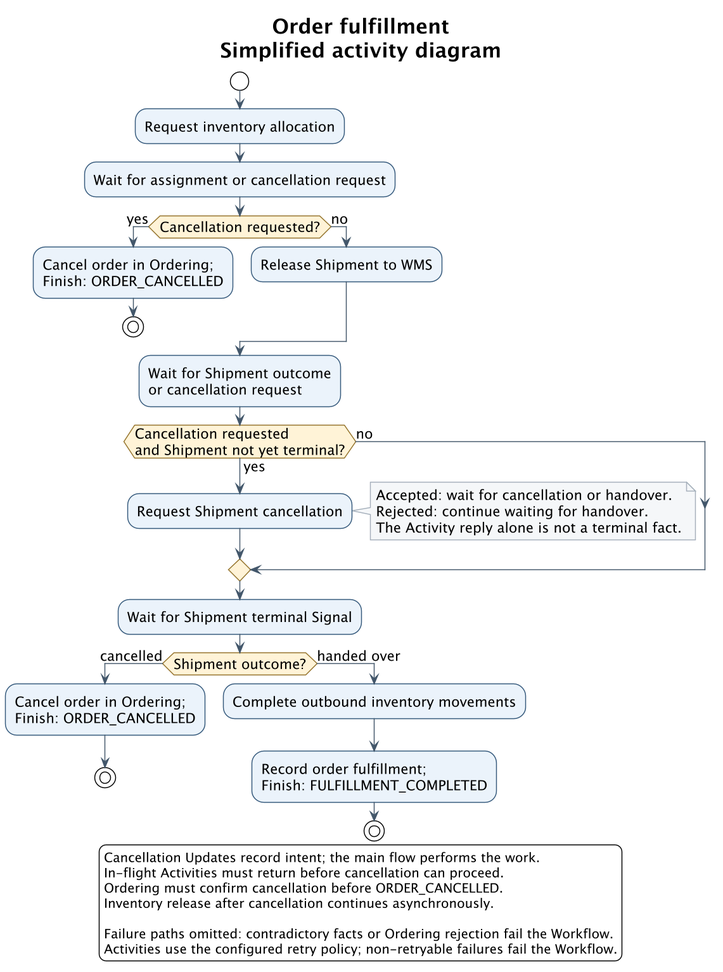
This is backend/orchestration-temporal-runtime/src/main/java/com/flowzati/archone/orchestration/runtime/workflow/order/OrderFulfillmentWorkflowImpl.png from zhjiangexe/order-allocation-arch-demo, a PlantUML export, as it was before one commit. Source of this version:
```plantuml
@startuml
!theme plain
skinparam backgroundColor #FFFFFF
skinparam defaultFontName SansSerif
skinparam defaultFontSize 15
skinparam shadowing false
skinparam activityBackgroundColor #EAF2FA
skinparam activityBorderColor #365A7C
skinparam activityDiamondBackgroundColor #FFF3D6
skinparam activityDiamondBorderColor #94732C
skinparam noteBackgroundColor #F4F6F8
skinparam noteBorderColor #A4AFBA
skinparam ArrowColor #43576B
skinparam dpi 140

title Order fulfillment\nSimplified activity diagram

start
:Request inventory allocation;
:Wait for assignment or cancellation request;
if (Cancellation requested?) then (yes)
  :Cancel order in Ordering;\nFinish: ORDER_CANCELLED;
  stop
else (no)
  :Release Shipment to WMS;
endif
:Wait for Shipment outcome\nor cancellation request;
if (Cancellation requested\nand Shipment not yet terminal?) then (yes)
  :Request Shipment cancellation;
  note right
    Accepted: wait for cancellation or handover.
    Rejected: continue waiting for handover.
    The Activity reply alone is not a terminal fact.
  end note
else (no)
endif
:Wait for Shipment terminal Signal;
if (Shipment outcome?) then (cancelled)
  :Cancel order in Ordering;\nFinish: ORDER_CANCELLED;
  stop
else (handed over)
  :Complete outbound inventory movements;
  :Record order fulfillment;\nFinish: FULFILLMENT_COMPLETED;
  stop
endif

legend bottom
  Cancellation Updates record intent; the main flow performs the work.
  In-flight Activities must return before cancellation can proceed.
  Ordering must confirm cancellation before ORDER_CANCELLED.
  Inventory release after cancellation continues asynchronously.

  Failure paths omitted: contradictory facts or Ordering rejection fail the Workflow.
  Activities use the configured retry policy; non-retryable failures fail the Workflow.
endlegend
@enduml
```
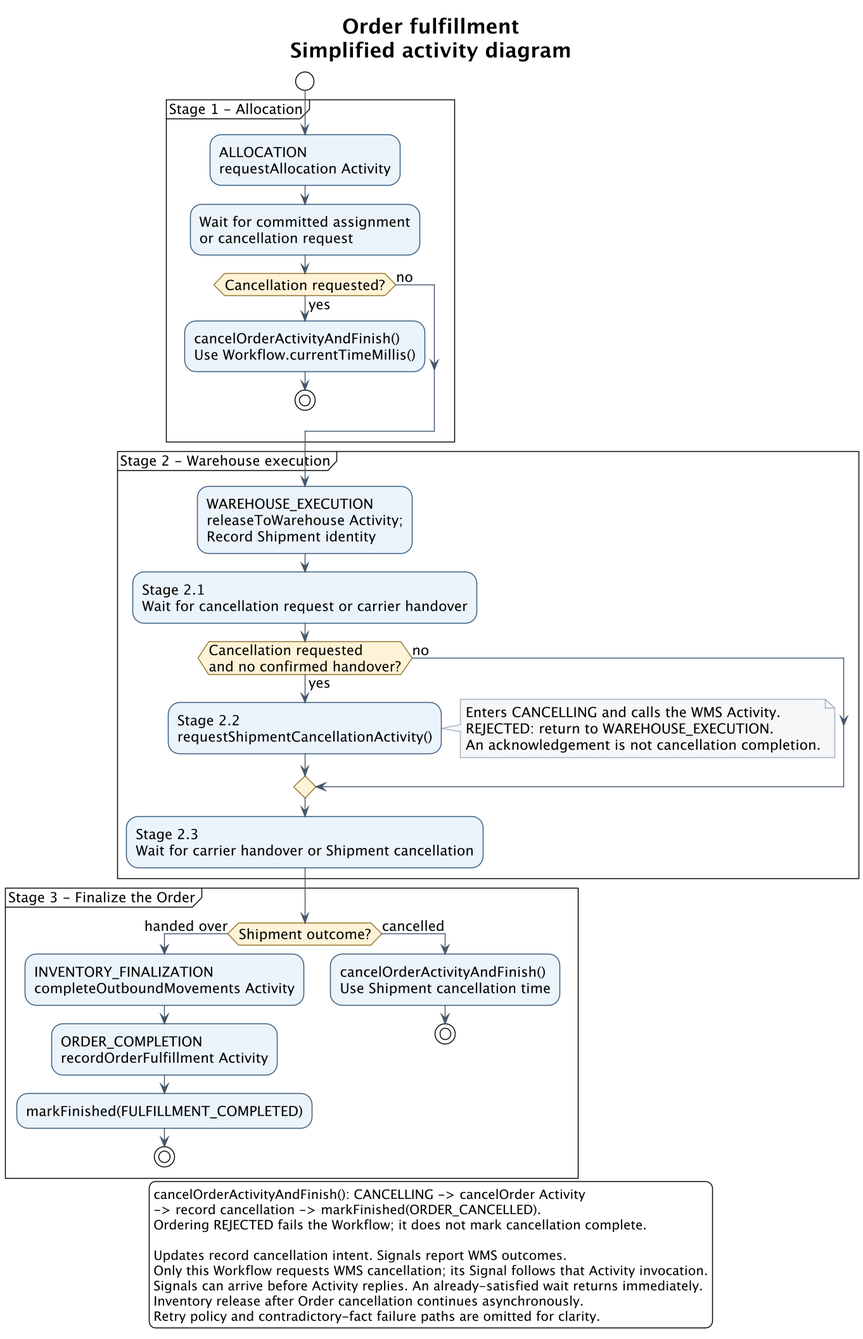
The same diagram one commit later.

The edit, as a diff of the source:
```diff
@@ -16,41 +16,49 @@
 title Order fulfillment\nSimplified activity diagram
 
 start
-:Request inventory allocation;
-:Wait for assignment or cancellation request;
-if (Cancellation requested?) then (yes)
-  :Cancel order in Ordering;\nFinish: ORDER_CANCELLED;
-  stop
-else (no)
-  :Release Shipment to WMS;
-endif
-:Wait for Shipment outcome\nor cancellation request;
-if (Cancellation requested\nand Shipment not yet terminal?) then (yes)
-  :Request Shipment cancellation;
-  note right
-    Accepted: wait for cancellation or handover.
-    Rejected: continue waiting for handover.
-    The Activity reply alone is not a terminal fact.
-  end note
-else (no)
-endif
-:Wait for Shipment terminal Signal;
-if (Shipment outcome?) then (cancelled)
-  :Cancel order in Ordering;\nFinish: ORDER_CANCELLED;
-  stop
-else (handed over)
-  :Complete outbound inventory movements;
-  :Record order fulfillment;\nFinish: FULFILLMENT_COMPLETED;
-  stop
-endif
+partition "Stage 1 - Allocation" {
+  :ALLOCATION\nrequestAllocation Activity;
+  :Wait for committed assignment\nor cancellation request;
+  if (Cancellation requested?) then (yes)
+    :cancelOrderActivityAndFinish()\nUse Workflow.currentTimeMillis();
+    stop
+  else (no)
+  endif
+}
+partition "Stage 2 - Warehouse execution" {
+  :WAREHOUSE_EXECUTION\nreleaseToWarehouse Activity;\nRecord Shipment identity;
+  :Stage 2.1\nWait for cancellation request or carrier handover;
+  if (Cancellation requested\nand no confirmed handover?) then (yes)
+    :Stage 2.2\nrequestShipmentCancellationActivity();
+    note right
+      Enters CANCELLING and calls the WMS Activity.
+      REJECTED: return to WAREHOUSE_EXECUTION.
+      An acknowledgement is not cancellation completion.
+    end note
+  else (no)
+  endif
+  :Stage 2.3\nWait for carrier handover or Shipment cancellation;
+}
+partition "Stage 3 - Finalize the Order" {
+  if (Shipment outcome?) then (handed over)
+    :INVENTORY_FINALIZATION\ncompleteOutboundMovements Activity;
+    :ORDER_COMPLETION\nrecordOrderFulfillment Activity;
+    :markFinished(FULFILLMENT_COMPLETED);
+    stop
+  else (cancelled)
+    :cancelOrderActivityAndFinish()\nUse Shipment cancellation time;
+    stop
+  endif
+}
+legend bottom
+  cancelOrderActivityAndFinish(): CANCELLING -> cancelOrder Activity
+  -> record cancellation -> markFinished(ORDER_CANCELLED).
+  Ordering REJECTED fails the Workflow; it does not mark cancellation complete.
 
-legend bottom
-  Cancellation Updates record intent; the main flow performs the work.
-  In-flight Activities must return before cancellation can proceed.
-  Ordering must confirm cancellation before ORDER_CANCELLED.
-  Inventory release after cancellation continues asynchronously.
-
-  Failure paths omitted: contradictory facts or Ordering rejection fail the Workflow.
-  Activities use the configured retry policy; non-retryable failures fail the Workflow.
+  Updates record cancellation intent. Signals report WMS outcomes.
+  Only this Workflow requests WMS cancellation; its Signal follows that Activity invocation.
+  Signals can arrive before Activity replies. An already-satisfied wait returns immediately.
+  Inventory release after Order cancellation continues asynchronously.
+  Retry policy and contradictory-fact failure paths are omitted for clarity.
 endlegend
 @enduml
```
